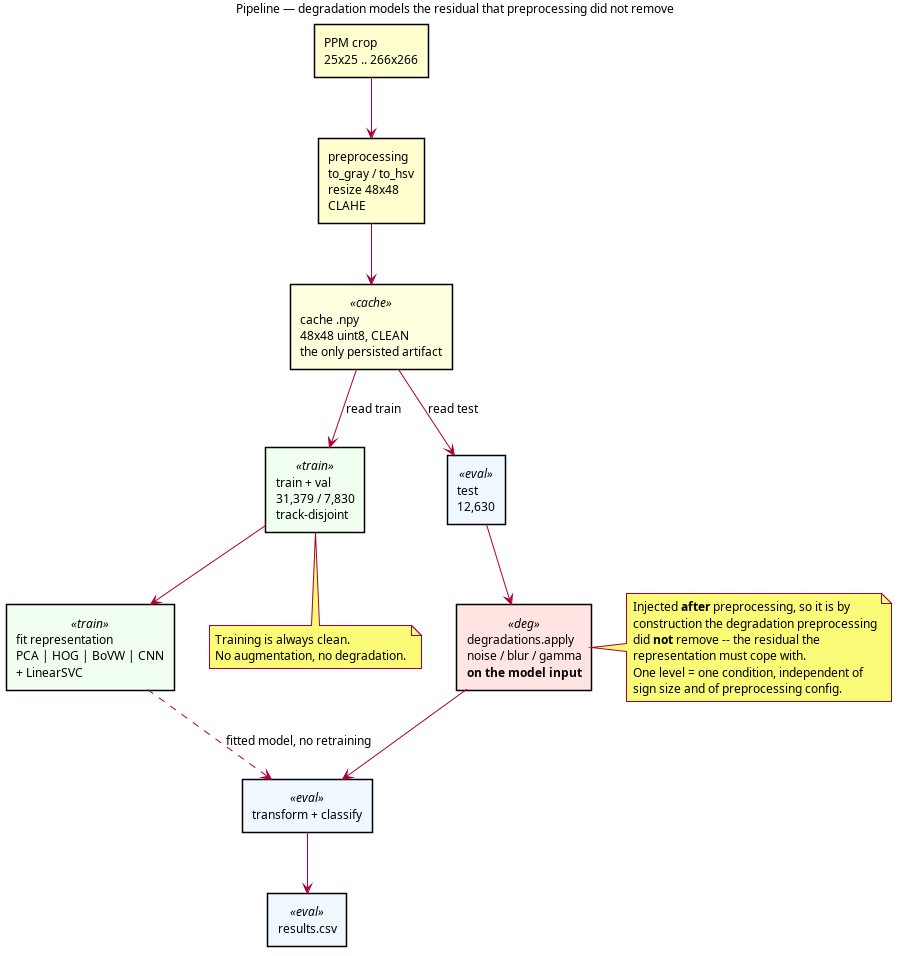
Above: figures/report/pipeline.png in mikelandjelos/trafic-sign-classification (PlantUML), before the change. Its source is kept beside it as docs/diagrams/pipeline.puml. Source of this version:
```plantuml
@startuml pipeline
title Pipeline — degradation models the residual that preprocessing did not remove

skinparam shadowing false
skinparam defaultFontSize 12
skinparam rectangle {
  BackgroundColor<<cache>> LightYellow
  BackgroundColor<<deg>> MistyRose
  BackgroundColor<<train>> Honeydew
  BackgroundColor<<eval>> AliceBlue
}

rectangle "PPM crop\n25x25 .. 266x266" as ppm
rectangle "preprocessing\nto_gray / to_hsv\nresize 48x48\nCLAHE" as prep
rectangle "cache .npy\n48x48 uint8, CLEAN\nthe only persisted artifact" as cache <<cache>>

ppm --> prep
prep --> cache

rectangle "train + val\n31,379 / 7,830\ntrack-disjoint" as tr <<train>>
rectangle "fit representation\nPCA | HOG | BoVW | CNN\n+ LinearSVC" as fit <<train>>
cache --> tr : read train
tr --> fit

rectangle "test\n12,630" as te <<eval>>
rectangle "degradations.apply\nnoise / blur / gamma\n<b>on the model input</b>" as deg <<deg>>
rectangle "transform + classify" as clf <<eval>>
rectangle "results.csv" as res <<eval>>

cache --> te : read test
te --> deg
deg --> clf
fit ..> clf : fitted model, no retraining
clf --> res

note right of deg
  Injected <b>after</b> preprocessing, so it is by
  construction the degradation preprocessing
  did <b>not</b> remove -- the residual the
  representation must cope with.
  One level = one condition, independent of
  sign size and of preprocessing config.
end note

note bottom of tr
  Training is always clean.
  No augmentation, no degradation.
end note
@enduml
```
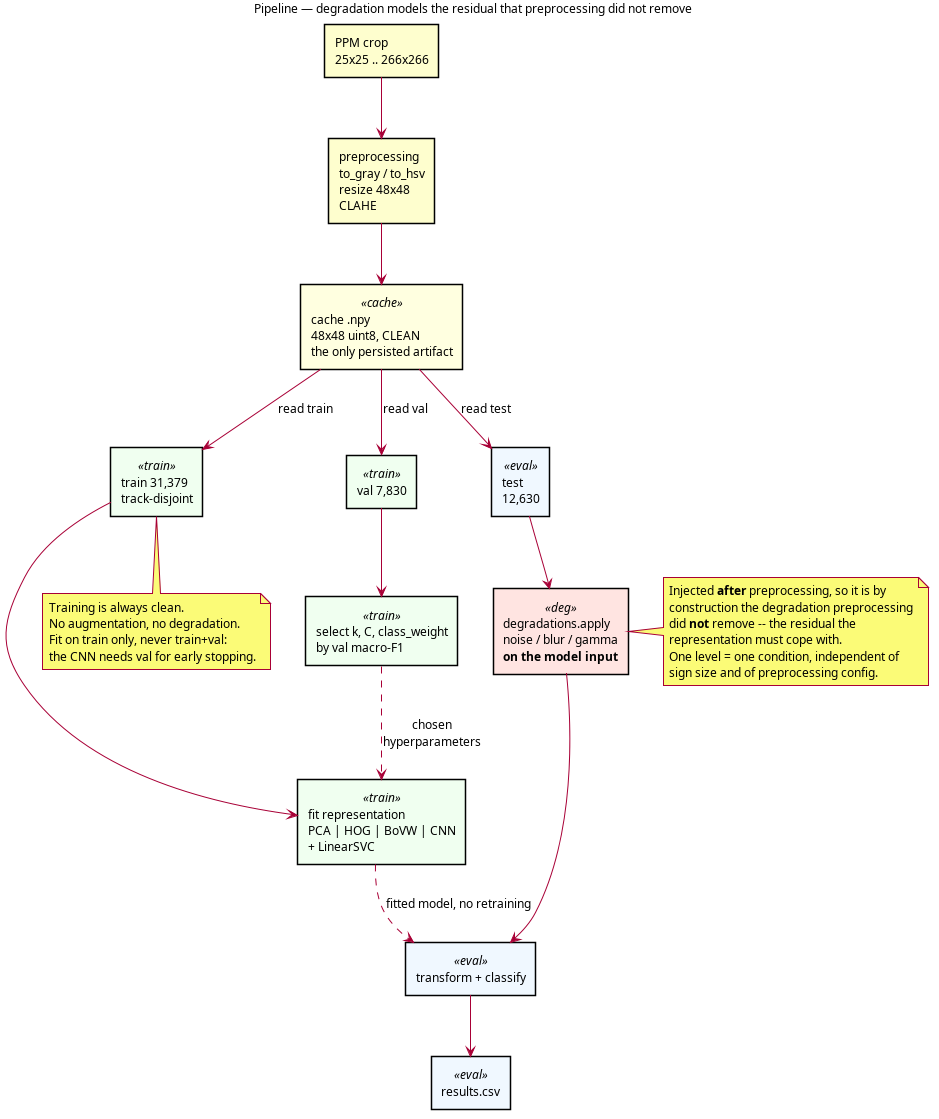
Above is the later version.

Commit message:
Show validation driving hyperparameter selection in the pipeline diagram

Claude-Session: https://claude.ai/code/session_01VkAbUnFvC6rArDeHRzXmzg

Change to the diagram source:
```diff
@@ -17,9 +17,14 @@
 ppm --> prep
 prep --> cache
 
-rectangle "train + val\n31,379 / 7,830\ntrack-disjoint" as tr <<train>>
+rectangle "train 31,379\ntrack-disjoint" as tr <<train>>
+rectangle "val 7,830" as va <<train>>
+rectangle "select k, C, class_weight\nby val macro-F1" as sel <<train>>
 rectangle "fit representation\nPCA | HOG | BoVW | CNN\n+ LinearSVC" as fit <<train>>
 cache --> tr : read train
+cache --> va : read val
+va --> sel
+sel ..> fit : chosen\nhyperparameters
 tr --> fit
 
 rectangle "test\n12,630" as te <<eval>>
@@ -45,5 +50,7 @@
 note bottom of tr
   Training is always clean.
   No augmentation, no degradation.
+  Fit on train only, never train+val:
+  the CNN needs val for early stopping.
 end note
 @enduml
```
